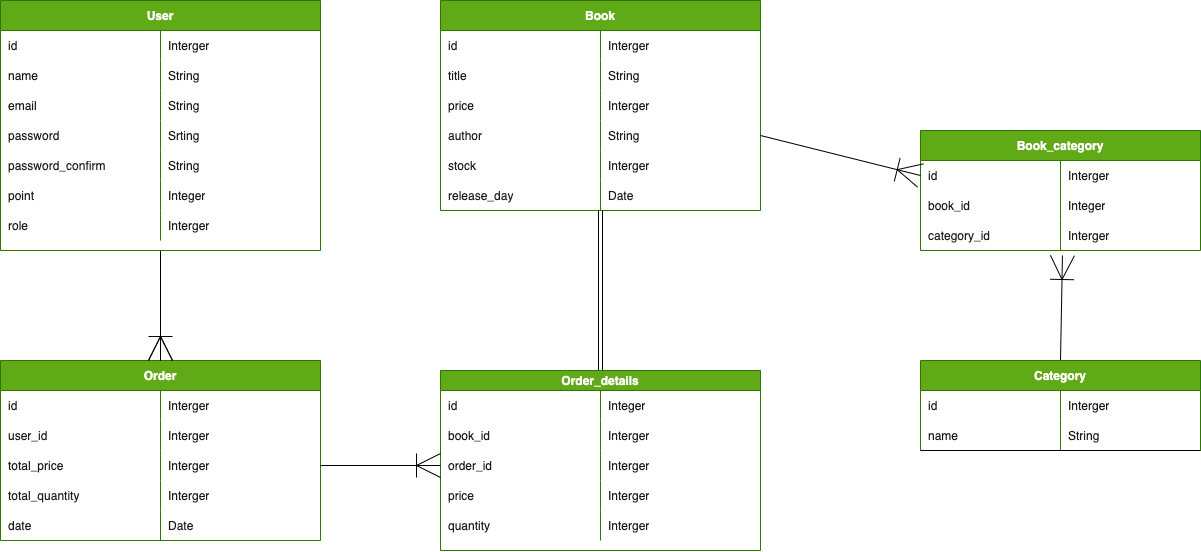
takumifujiwaradairy/BookEC keeps this draw.io diagram as BookEC..drawio.png. Above is the earlier version. Source tidied: cells renumbered, new cells last; positions are measured from the earlier drawing's top-left corner, leaving out a move shared by most shapes.
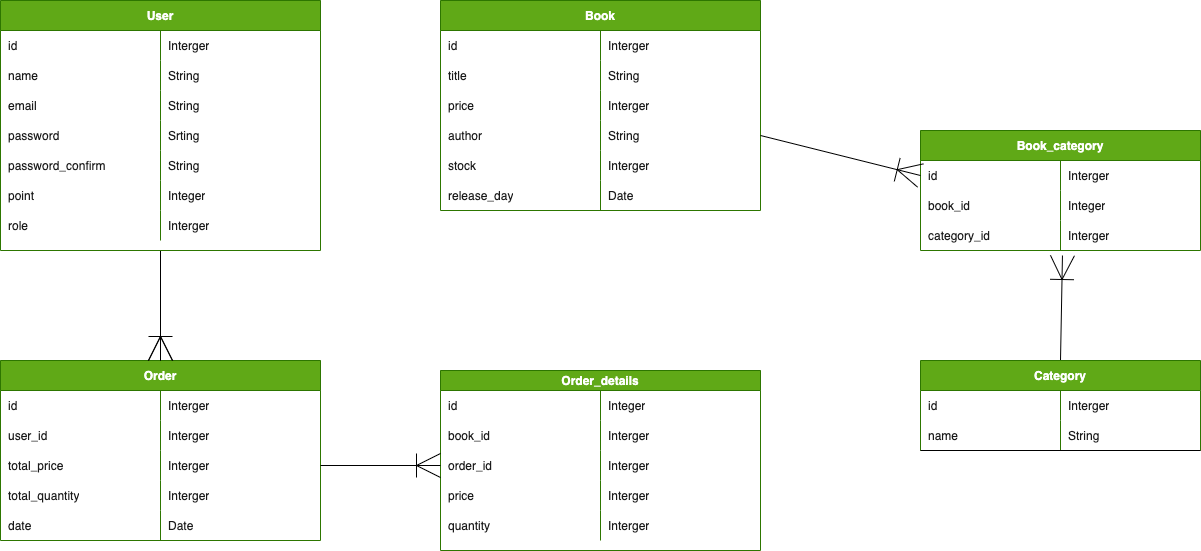
Above is the later version.

Diff of the diagram source:
```diff
@@ -66,9 +66,6 @@
         </Array>
       </mxGeometry>
     </mxCell>
-    <mxCell id="22" style="edgeStyle=none;html=1;exitX=0.5;exitY=0;exitDx=0;exitDy=0;shape=link;" parent="1" edge="1" source="23" target="18">
-      <mxGeometry relative="1" as="geometry" />
-    </mxCell>
     <mxCell id="23" value="Order_details" style="shape=table;startSize=20;rowLines=0;fontStyle=1;align=center;fontColor=#ffffff;fillColor=#60a917;strokeColor=#2D7600;rounded=0;" parent="1" vertex="1">
       <mxGeometry x="440" y="370" width="320" height="180" as="geometry" />
     </mxCell>
```
